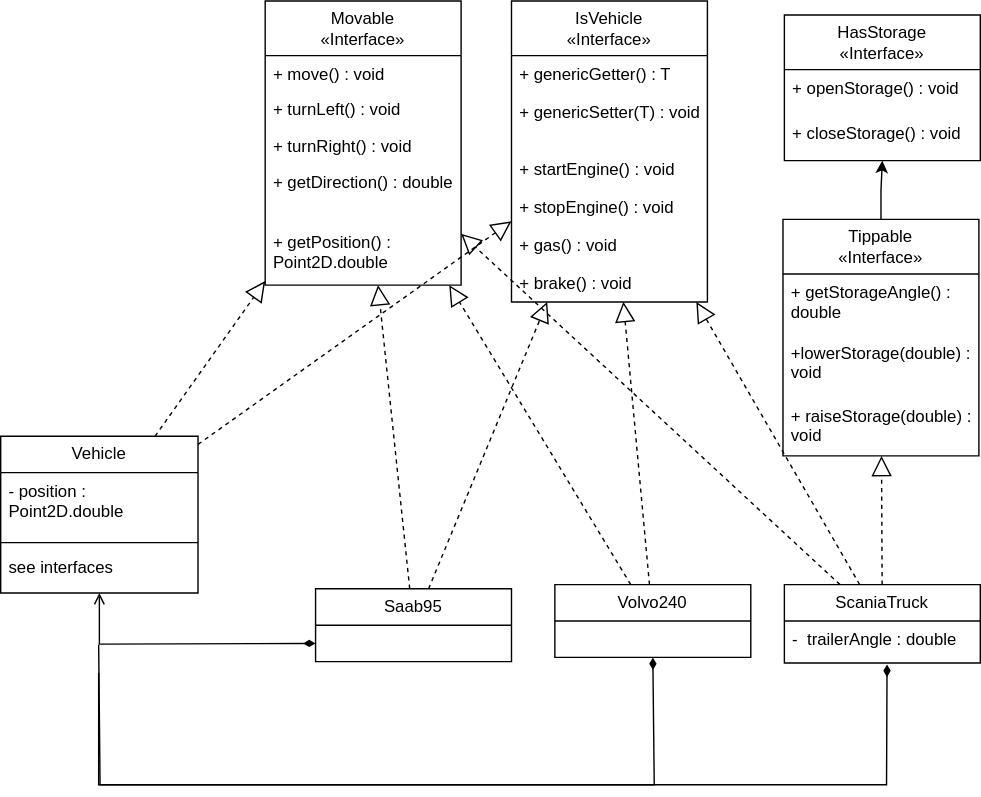
This is UML/UML-plan-1.svg from vicha00/DIT954-Labb-Grupp16, a draw.io export, as it was before one commit. Source tidied: cells renumbered, new cells last; positions are measured from the earlier drawing's top-left corner, leaving out a move shared by most shapes.
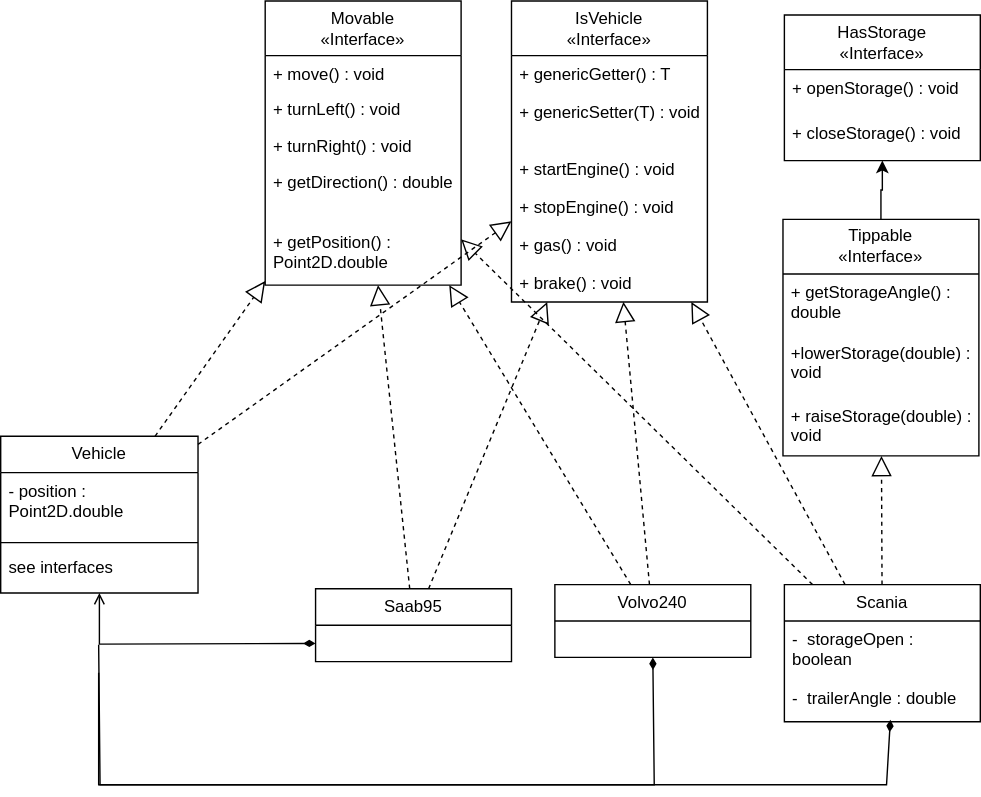
After the commit.

Commit message:
added storageOpen variable to scania

The edit, as a diff of the source:
```diff
@@ -88,13 +88,16 @@
     <mxCell id="27" value="+ raiseStorage(double) : void" style="text;strokeColor=none;fillColor=none;align=left;verticalAlign=top;spacingLeft=4;spacingRight=4;overflow=hidden;whiteSpace=wrap;html=1;" parent="24" vertex="1">
       <mxGeometry y="127" width="140" height="42" as="geometry" />
     </mxCell>
-    <mxCell id="28" value="ScaniaTruck" style="swimlane;fontStyle=0;horizontal=1;startSize=26;fillColor=none;whiteSpace=wrap;html=1;" parent="1" vertex="1">
-      <mxGeometry x="560" y="417" width="140" height="56" as="geometry" />
+    <mxCell id="28" value="Scania" style="swimlane;fontStyle=0;horizontal=1;startSize=26;fillColor=none;whiteSpace=wrap;html=1;" parent="1" vertex="1">
+      <mxGeometry x="560" y="417" width="140" height="98" as="geometry" />
     </mxCell>
-    <mxCell id="29" value="-&amp;nbsp; trailerAngle : double" style="text;strokeColor=none;fillColor=none;align=left;verticalAlign=top;spacingLeft=4;spacingRight=4;overflow=hidden;points=[[0,0.5],[1,0.5]];portConstraint=eastwest;whiteSpace=wrap;html=1;" parent="28" vertex="1">
-      <mxGeometry y="26" width="140" height="30" as="geometry" />
+    <mxCell id="29" value="-&amp;nbsp; storageOpen : boolean" style="text;strokeColor=none;fillColor=none;align=left;verticalAlign=top;spacingLeft=4;spacingRight=4;overflow=hidden;points=[[0,0.5],[1,0.5]];portConstraint=eastwest;whiteSpace=wrap;html=1;" parent="28" vertex="1">
+      <mxGeometry y="26" width="140" height="42" as="geometry" />
     </mxCell>
+    <mxCell id="43" value="-&amp;nbsp; trailerAngle : double" style="text;strokeColor=none;fillColor=none;align=left;verticalAlign=top;spacingLeft=4;spacingRight=4;overflow=hidden;points=[[0,0.5],[1,0.5]];portConstraint=eastwest;whiteSpace=wrap;html=1;" parent="28" vertex="1">
+      <mxGeometry y="68" width="140" height="30" as="geometry" />
+    </mxCell>
-    <mxCell id="30" style="endArrow=diamondThin;html=1;rounded=0;entryX=0.524;entryY=1.038;entryDx=0;entryDy=0;startArrow=none;startFill=0;endFill=1;entryPerimeter=0;" parent="1" edge="1" target="29">
+    <mxCell id="30" style="endArrow=diamondThin;html=1;rounded=0;entryX=0.541;entryY=0.952;entryDx=0;entryDy=0;startArrow=none;startFill=0;endFill=1;entryPerimeter=0;" parent="1" edge="1" target="43">
       <mxGeometry relative="1" as="geometry">
         <mxPoint x="70" y="480" as="sourcePoint" />
         <Array as="points">
```
